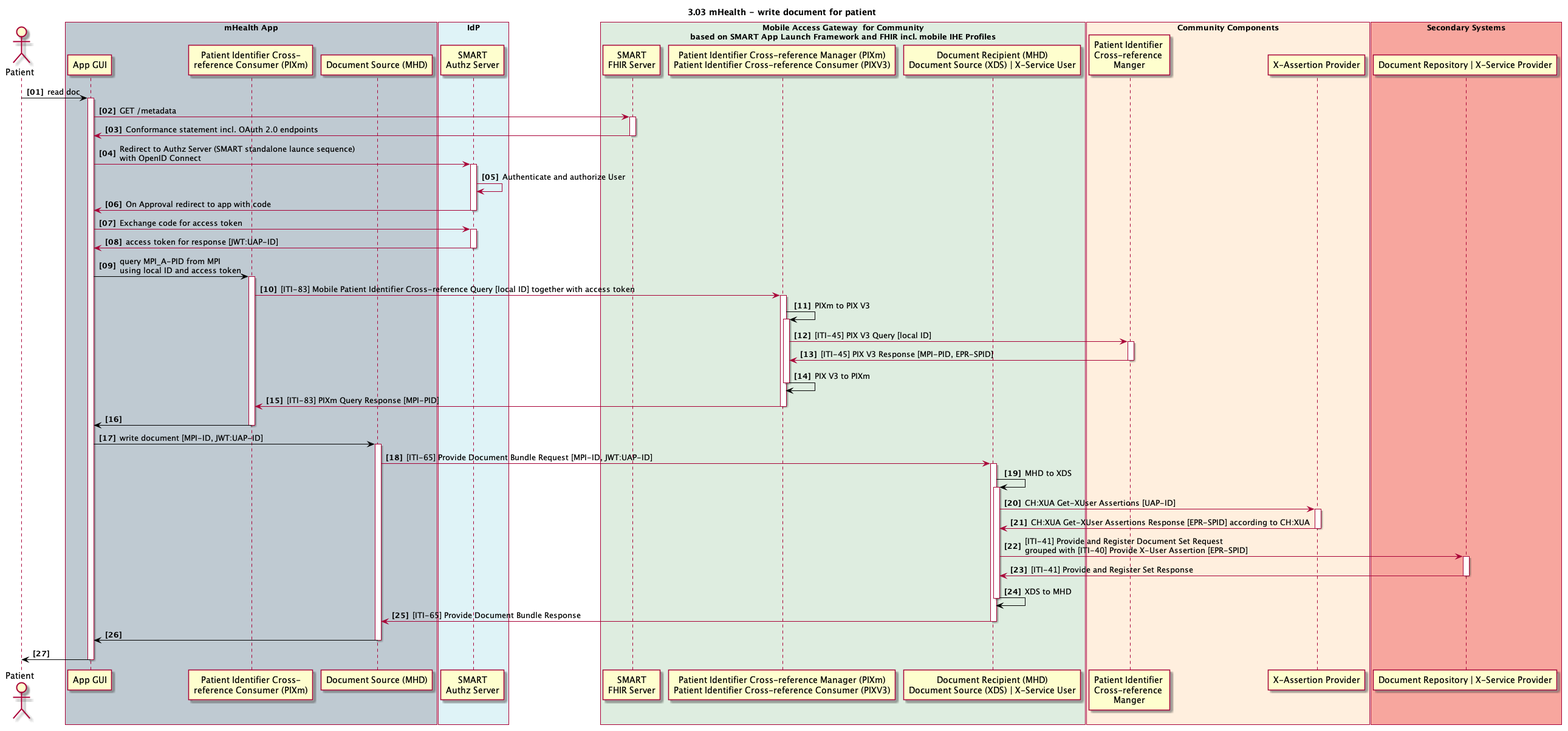
Above: 3_03_mhealthwrite.plantuml.png in ahdis/ch-epr-seqdiag (PlantUML), before the change.
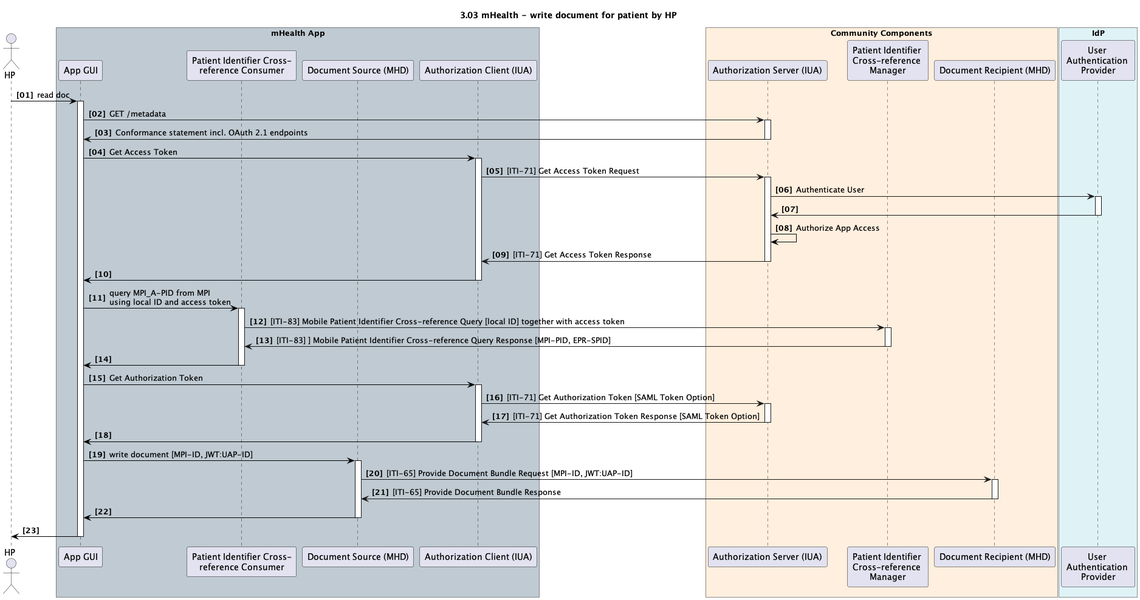
Above is the later version.

Commit message:
mhealth write sequence diagram

The edit, as a diff of the source:
```diff
@@ -1,94 +1,59 @@
 @startuml
-skinparam Padding 1
-autonumber 1 1 "<b>[00]"
-title 3.03 mHealth - write document for patient
+!include design.plantuml.txt
+title 3.03 mHealth - write document for patient by HP
 
-actor user as "Patient"
+actor user as "HP"
 
 box "mHealth App" #BFCAD2
 	participant app as "App GUI"
-    participant pixmconsumer as "Patient Identifier Cross-\nreference Consumer (PIXm)"
+    participant pixmconsumer as "Patient Identifier Cross-\nreference Consumer"
     participant docsource as "Document Source (MHD)"
-end box
-
-box "IdP" #DFF3F7
-	participant idp_user_authentication_provider as "SMART\nAuthz Server"
-end box
-
-box "Mobile Access Gateway  for Community\nbased on SMART App Launch Framework and FHIR incl. mobile IHE Profiles" #DEEDE0
-	participant mp_fhirserver as "SMART\nFHIR Server"
-	participant mp_pix_x_ref_mgr as "Patient Identifier Cross-reference Manager (PIXm)\nPatient Identifier Cross-reference Consumer (PIXV3)"
-	participant mp_doc_recipient as "Document Recipient (MHD)\nDocument Source (XDS) | X-Service User"
+	participant AuthorizationClient as "Authorization Client (IUA)"
 end box
 
 box "Community Components" #FFEFDE
-	participant cc_mpi_x_ref_manager as "Patient Identifier \nCross-reference \nManger"
-	participant cc_x_assertion_provider as "X-Assertion Provider"
+	participant mp_AuthorizationServer as "Authorization Server (IUA)"
+	participant mp_pix_x_ref_mgr as "Patient Identifier \nCross-reference \nManager"
+	participant mp_doc_recipient as "Document Recipient (MHD)"
 end box
 
-box "Secondary Systems" #F7A69E
-	participant ss_doc_repository as "Document Repository | X-Service Provider"
+
+box "IdP" #DFF3F7
+	participant idp_user_authentication_provider as "User \nAuthentication \nProvider"
 end box
 
 user -[#black]> app: read doc
 activate app
 
+app -> mp_AuthorizationServer: GET /metadata
+activate mp_AuthorizationServer
+app <- mp_AuthorizationServer: Conformance statement incl. OAuth 2.1 endpoints
+deactivate mp_AuthorizationServer
+
+app -[#black]> AuthorizationClient: Get Access Token
+activate AuthorizationClient
+AuthorizationClient -> mp_AuthorizationServer: [ITI-71] Get Access Token Request
+activate mp_AuthorizationServer
+mp_AuthorizationServer -> idp_user_authentication_provider: Authenticate User
+activate idp_user_authentication_provider
+mp_AuthorizationServer <- idp_user_authentication_provider
+deactivate idp_user_authentication_provider
+mp_AuthorizationServer -[#black]> mp_AuthorizationServer: Authorize App Access
+AuthorizationClient <- mp_AuthorizationServer: [ITI-71] Get Access Token Response
+deactivate mp_AuthorizationServer
+app <[#black]- AuthorizationClient:
+deactivate AuthorizationClient
 
 
-app -> mp_fhirserver: GET /metadata
-activate mp_fhirserver
-app <- mp_fhirserver: Conformance statement incl. OAuth 2.0 endpoints
-deactivate mp_fhirserver
-app -> idp_user_authentication_provider: Redirect to Authz Server (SMART standalone launce sequence)\nwith OpenID Connect
-activate idp_user_authentication_provider
-idp_user_authentication_provider -> idp_user_authentication_provider: Authenticate and authorize User
-idp_user_authentication_provider -> app: On Approval redirect to app with code
-deactivate idp_user_authentication_provider
-app -> idp_user_authentication_provider: Exchange code for access token
-activate idp_user_authentication_provider
-app <- idp_user_authentication_provider: access token for response [JWT:UAP-ID]
-deactivate idp_user_authentication_provider
+!include_many step_mh_pixm.plantuml.txt
 
+!include_many step_mh_iua.plantuml.txt
 
-app -[#black]> pixmconsumer: query MPI_A-PID from MPI\nusing local ID and access token
-activate pixmconsumer
-pixmconsumer -> mp_pix_x_ref_mgr: [ITI-83] Mobile Patient Identifier Cross-reference Query [local ID] together with access token
-activate mp_pix_x_ref_mgr
-mp_pix_x_ref_mgr -[#black]> mp_pix_x_ref_mgr: PIXm to PIX V3
-activate mp_pix_x_ref_mgr
-
-mp_pix_x_ref_mgr -> cc_mpi_x_ref_manager: [ITI-45] PIX V3 Query [local ID]
-activate cc_mpi_x_ref_manager
-mp_pix_x_ref_mgr <- cc_mpi_x_ref_manager: [ITI-45] PIX V3 Response [MPI-PID, EPR-SPID]
-deactivate cc_mpi_x_ref_manager
-mp_pix_x_ref_mgr <[#black]- mp_pix_x_ref_mgr: PIX V3 to PIXm
-
-deactivate mp_pix_x_ref_mgr
-pixmconsumer <- mp_pix_x_ref_mgr: [ITI-83] PIXm Query Response [MPI-PID]
-deactivate mp_pix_x_ref_mgr
-app <[#black]- pixmconsumer:
-deactivate pixmconsumer
 
 app -[#black]> docsource: write document [MPI-ID, JWT:UAP-ID]
 activate docsource
 docsource -> mp_doc_recipient: [ITI-65] Provide Document Bundle Request [MPI-ID, JWT:UAP-ID]
 activate mp_doc_recipient
-mp_doc_recipient -[#black]> mp_doc_recipient: MHD to XDS
-
-activate mp_doc_recipient
-mp_doc_recipient -> cc_x_assertion_provider: CH:XUA Get-XUser Assertions [UAP-ID]
-activate cc_x_assertion_provider
-mp_doc_recipient <- cc_x_assertion_provider: CH:XUA Get-XUser Assertions Response [EPR-SPID] according to CH:XUA
-deactivate cc_x_assertion_provider
-
-mp_doc_recipient -> ss_doc_repository: [ITI-41] Provide and Register Document Set Request\ngrouped with [ITI-40] Provide X-User Assertion [EPR-SPID]
-activate ss_doc_repository
-mp_doc_recipient <- ss_doc_repository: [ITI-41] Provide and Register Set Response
-deactivate ss_doc_repository
-
-mp_doc_recipient <[#black]- mp_doc_recipient: XDS to MHD
-
-deactivate mp_doc_recipient
 docsource <- mp_doc_recipient: [ITI-65] Provide Document Bundle Response
 deactivate mp_doc_recipient
 app <[#black]- docsource
```
